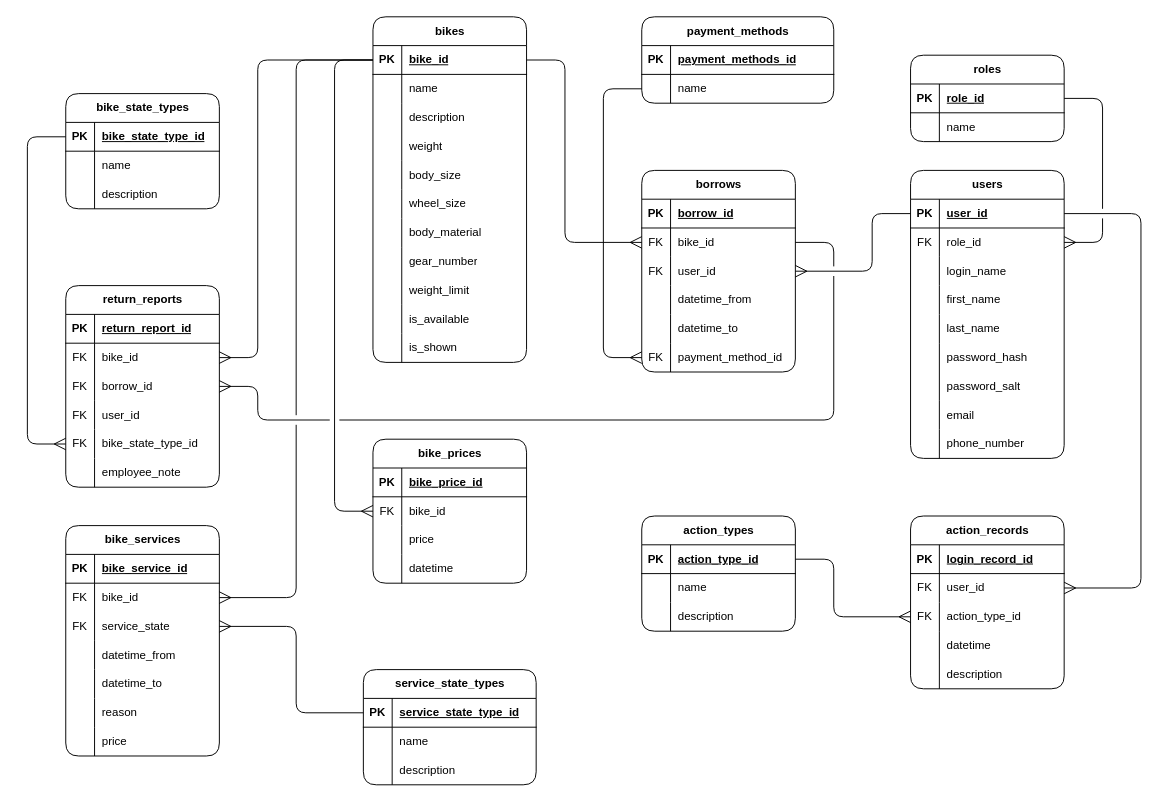
The draw.io diagram page "ER Diagram" (6 of 6) of diagrams.drawio in KrazyManJ/jolt, before the edit. Source tidied: cells renumbered, new cells numbered last; positions are measured from the earlier drawing's top-left corner, leaving out a move shared by most shapes. Both pictures are drawn from the tidied source at 96%, with x=0, y=0 at pixel (27, 16).
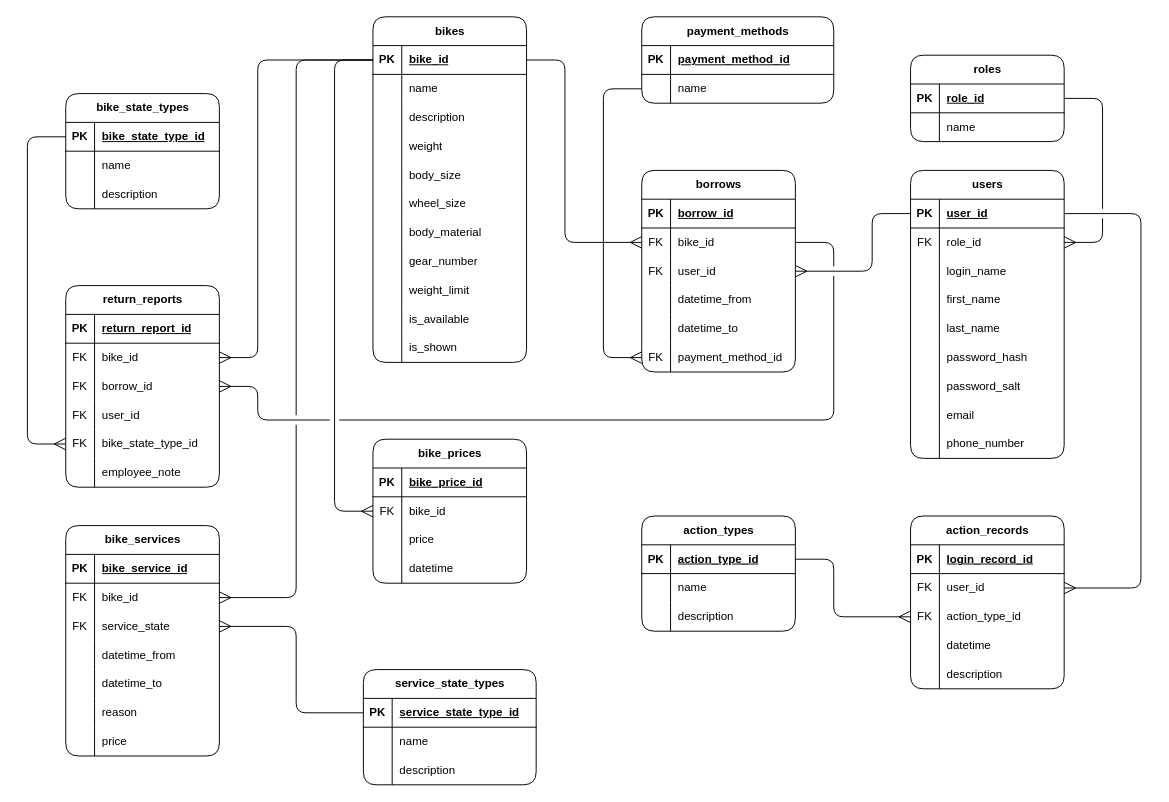
The same diagram, later.

Commit message:
Updated ER Diagram - renamed payment_methods_id to payment_method_id

Unchanged cells that the change refers to:
```xml
<mxCell id="202" style="shape=tableRow;horizontal=0;startSize=0;swimlaneHead=0;swimlaneBody=0;fillColor=none;top=0;left=0;right=0;bottom=1;html=1;" parent="201" vertex="1">
  <mxGeometry y="30" width="200" height="30" as="geometry" />
</mxCell>
```

The edit, as a diff of the source:
```diff
@@
-    <mxCell id="204" value="payment_methods_id" style="shape=partialRectangle;fillColor=none;top=0;left=0;bottom=0;right=0;align=left;spacingLeft=6;fontStyle=5;overflow=hidden;html=1;" parent="202" vertex="1">
+    <mxCell id="204" value="payment_method_id" style="shape=partialRectangle;fillColor=none;top=0;left=0;bottom=0;right=0;align=left;spacingLeft=6;fontStyle=5;overflow=hidden;html=1;" parent="202" vertex="1">
       <mxGeometry x="30" width="170" height="30" as="geometry" />
     </mxCell>
```
